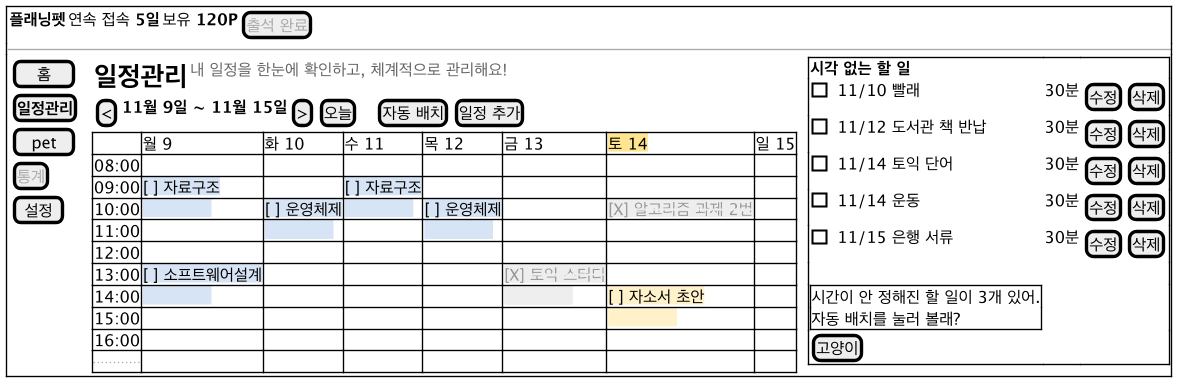
2026-2-software-system-design-11/planning-pet-app keeps this PlantUML diagram as docs/diagrams/ui-schedule.png. Above is the earlier version.
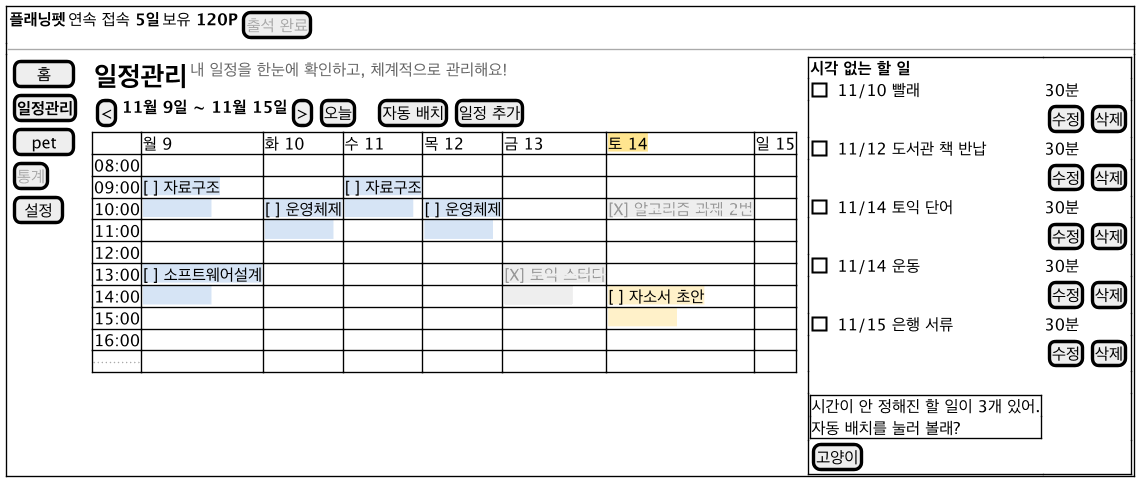
Later version of the same file.

Change to the diagram source:
```diff
@@ -29,12 +29,17 @@
       }
     } | . |
     {+
-      <b>시각 없는 할 일</b> | . | .
-      [ ] 11/10 빨래 | 30분 | { [수정] | [삭제] }
-      [ ] 11/12 도서관 책 반납 | 30분 | { [수정] | [삭제] }
-      [ ] 11/14 토익 단어 | 30분 | { [수정] | [삭제] }
-      [ ] 11/14 운동 | 30분 | { [수정] | [삭제] }
-      [ ] 11/15 은행 서류 | 30분 | { [수정] | [삭제] }
+      <b>시각 없는 할 일</b> | .
+      [ ] 11/10 빨래 | 30분
+      . | { [수정] | [삭제] }
+      [ ] 11/12 도서관 책 반납 | 30분
+      . | { [수정] | [삭제] }
+      [ ] 11/14 토익 단어 | 30분
+      . | { [수정] | [삭제] }
+      [ ] 11/14 운동 | 30분
+      . | { [수정] | [삭제] }
+      [ ] 11/15 은행 서류 | 30분
+      . | { [수정] | [삭제] }
       . | .
       {+ 시간이 안 정해진 할 일이 3개 있어.
  자동 배치를 눌러 볼래? } | .
```
